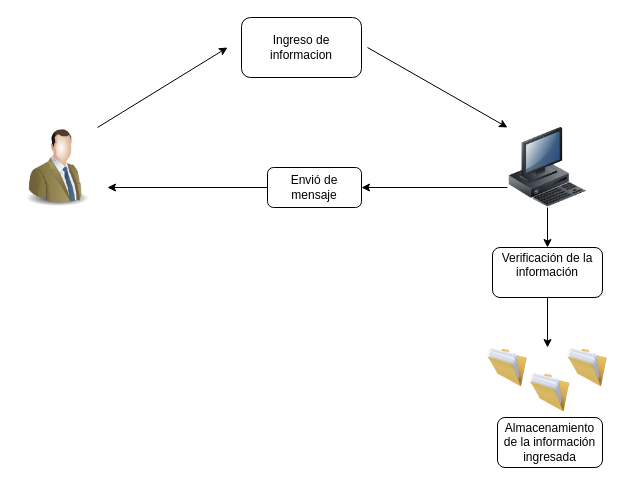
This is Diagrama sin título.drawio from Juan-caeres/Agrometeorologia, a draw.io file, before an edit. Source tidied: cells renumbered, new cells numbered last; positions are measured from the earlier drawing's top-left corner, leaving out a move shared by most shapes. Both pictures are drawn from the tidied source at 100%, with x=0, y=0 at pixel (17, 17).
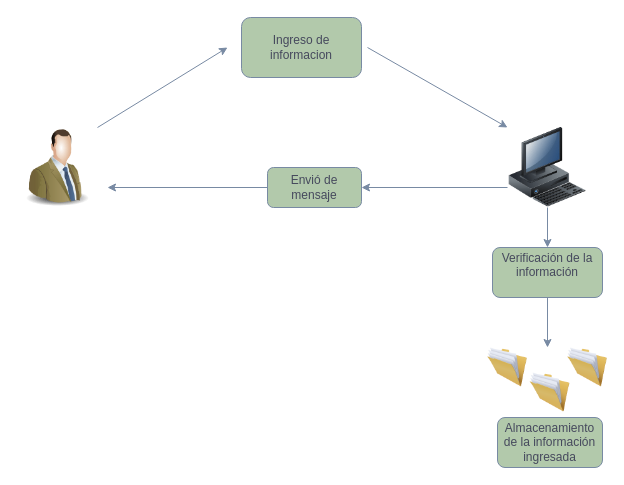
After the change.

What changed in the source:
```diff
@@
-    <mxCell id="2" style="image;html=1;image=img/lib/clip_art/people/Suit_Man_Green_128x128.png;" parent="1" vertex="1">
+    <mxCell id="2" style="image;html=1;image=img/lib/clip_art/people/Suit_Man_Green_128x128.png;labelBackgroundColor=none;fillColor=#B2C9AB;strokeColor=#788AA3;fontColor=#46495D;" parent="1" vertex="1">
       <mxGeometry y="110" width="80" height="80" as="geometry" />
     </mxCell>
-    <mxCell id="3" style="endArrow=classic;html=1;rounded=0;" parent="1" edge="1">
+    <mxCell id="3" style="endArrow=classic;html=1;rounded=0;labelBackgroundColor=none;strokeColor=#788AA3;fontColor=default;" parent="1" edge="1">
       <mxGeometry relative="1" as="geometry">
         <mxPoint x="80" y="110" as="sourcePoint" />
         <mxPoint x="210" y="30" as="targetPoint" />
       </mxGeometry>
     </mxCell>
-    <mxCell id="4" style="image;html=1;image=img/lib/clip_art/general/Full_Folder_128x128.png;" parent="1" vertex="1">
+    <mxCell id="4" style="image;html=1;image=img/lib/clip_art/general/Full_Folder_128x128.png;labelBackgroundColor=none;fillColor=#B2C9AB;strokeColor=#788AA3;fontColor=#46495D;" parent="1" vertex="1">
       <mxGeometry x="470" y="330" width="40" height="40" as="geometry" />
     </mxCell>
-    <mxCell id="5" value="Ingreso de informacion" style="rounded=1;whiteSpace=wrap;html=1;" parent="1" vertex="1">
+    <mxCell id="5" value="Ingreso de informacion" style="rounded=1;whiteSpace=wrap;html=1;labelBackgroundColor=none;fillColor=#B2C9AB;strokeColor=#788AA3;fontColor=#46495D;" parent="1" vertex="1">
       <mxGeometry x="224" width="120" height="60" as="geometry" />
     </mxCell>
-    <mxCell id="6" style="endArrow=classic;html=1;rounded=0;" parent="1" edge="1">
+    <mxCell id="6" style="endArrow=classic;html=1;rounded=0;labelBackgroundColor=none;strokeColor=#788AA3;fontColor=default;" parent="1" edge="1">
       <mxGeometry relative="1" as="geometry">
         <mxPoint x="350" y="30" as="sourcePoint" />
         <mxPoint x="490" y="110" as="targetPoint" />
       </mxGeometry>
     </mxCell>
-    <mxCell id="7" style="image;html=1;image=img/lib/clip_art/computers/Workstation_128x128.png;" parent="1" vertex="1">
+    <mxCell id="7" style="image;html=1;image=img/lib/clip_art/computers/Workstation_128x128.png;labelBackgroundColor=none;fillColor=#B2C9AB;strokeColor=#788AA3;fontColor=#46495D;" parent="1" vertex="1">
       <mxGeometry x="490" y="110" width="80" height="80" as="geometry" />
     </mxCell>
-    <mxCell id="8" style="endArrow=classic;html=1;rounded=0;" parent="1" edge="1" target="16">
+    <mxCell id="8" style="endArrow=classic;html=1;rounded=0;labelBackgroundColor=none;strokeColor=#788AA3;fontColor=default;" parent="1" edge="1" target="16">
       <mxGeometry relative="1" as="geometry">
         <mxPoint x="490" y="170" as="sourcePoint" />
       </mxGeometry>
     </mxCell>
-    <mxCell id="9" style="endArrow=classic;html=1;rounded=0;" parent="1" edge="1">
+    <mxCell id="9" style="endArrow=classic;html=1;rounded=0;labelBackgroundColor=none;strokeColor=#788AA3;fontColor=default;" parent="1" edge="1">
       <mxGeometry relative="1" as="geometry">
         <mxPoint x="530" y="200" as="sourcePoint" />
         <mxPoint x="530" y="200" as="targetPoint" />
       </mxGeometry>
     </mxCell>
-    <mxCell id="10" value="Verificación de la información&lt;div&gt;&lt;br&gt;&lt;/div&gt;" style="rounded=1;whiteSpace=wrap;html=1;" parent="1" vertex="1">
+    <mxCell id="10" value="Verificación de la información&lt;div&gt;&lt;br&gt;&lt;/div&gt;" style="rounded=1;whiteSpace=wrap;html=1;labelBackgroundColor=none;fillColor=#B2C9AB;strokeColor=#788AA3;fontColor=#46495D;" parent="1" vertex="1">
       <mxGeometry x="475" y="230" width="110" height="50" as="geometry" />
     </mxCell>
-    <mxCell id="11" style="endArrow=classic;html=1;rounded=0;exitX=0.5;exitY=1;exitDx=0;exitDy=0;entryX=0.5;entryY=0;entryDx=0;entryDy=0;" parent="1" edge="1" source="7" target="10">
+    <mxCell id="11" style="endArrow=classic;html=1;rounded=0;exitX=0.5;exitY=1;exitDx=0;exitDy=0;entryX=0.5;entryY=0;entryDx=0;entryDy=0;labelBackgroundColor=none;strokeColor=#788AA3;fontColor=default;" parent="1" edge="1" source="7" target="10">
       <mxGeometry relative="1" as="geometry" />
     </mxCell>
-    <mxCell id="12" style="image;html=1;image=img/lib/clip_art/general/Full_Folder_128x128.png;" parent="1" vertex="1">
+    <mxCell id="12" style="image;html=1;image=img/lib/clip_art/general/Full_Folder_128x128.png;labelBackgroundColor=none;fillColor=#B2C9AB;strokeColor=#788AA3;fontColor=#46495D;" parent="1" vertex="1">
       <mxGeometry x="512.5" y="355" width="40" height="40" as="geometry" />
     </mxCell>
-    <mxCell id="13" style="image;html=1;image=img/lib/clip_art/general/Full_Folder_128x128.png;" parent="1" vertex="1">
+    <mxCell id="13" style="image;html=1;image=img/lib/clip_art/general/Full_Folder_128x128.png;labelBackgroundColor=none;fillColor=#B2C9AB;strokeColor=#788AA3;fontColor=#46495D;" parent="1" vertex="1">
       <mxGeometry x="550" y="330" width="40" height="40" as="geometry" />
     </mxCell>
-    <mxCell id="14" value="Almacenamiento de la información ingresada" style="rounded=1;whiteSpace=wrap;html=1;" parent="1" vertex="1">
+    <mxCell id="14" value="Almacenamiento de la información ingresada" style="rounded=1;whiteSpace=wrap;html=1;labelBackgroundColor=none;fillColor=#B2C9AB;strokeColor=#788AA3;fontColor=#46495D;" parent="1" vertex="1">
       <mxGeometry x="480" y="400" width="105" height="50" as="geometry" />
     </mxCell>
-    <mxCell id="15" style="endArrow=classic;html=1;rounded=0;" parent="1" edge="1">
+    <mxCell id="15" style="endArrow=classic;html=1;rounded=0;labelBackgroundColor=none;strokeColor=#788AA3;fontColor=default;" parent="1" edge="1">
       <mxGeometry relative="1" as="geometry">
         <mxPoint x="530" y="280" as="sourcePoint" />
         <mxPoint x="530" y="330" as="targetPoint" />
       </mxGeometry>
     </mxCell>
-    <mxCell id="16" value="Envió de mensaje" style="rounded=1;whiteSpace=wrap;html=1;" parent="1" vertex="1">
+    <mxCell id="16" value="Envió de mensaje" style="rounded=1;whiteSpace=wrap;html=1;labelBackgroundColor=none;fillColor=#B2C9AB;strokeColor=#788AA3;fontColor=#46495D;" parent="1" vertex="1">
       <mxGeometry x="250" y="150" width="94" height="40" as="geometry" />
     </mxCell>
-    <mxCell id="17" style="endArrow=classic;html=1;rounded=0;exitX=0;exitY=0.5;exitDx=0;exitDy=0;" parent="1" edge="1" source="16">
+    <mxCell id="17" style="endArrow=classic;html=1;rounded=0;exitX=0;exitY=0.5;exitDx=0;exitDy=0;labelBackgroundColor=none;strokeColor=#788AA3;fontColor=default;" parent="1" edge="1" source="16">
       <mxGeometry relative="1" as="geometry">
         <mxPoint x="90" y="170" as="targetPoint" />
       </mxGeometry>
     </mxCell>
```
